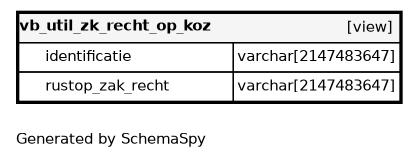
Before: datamodel/schemaspy/brk/diagrams/tables/vb_util_zk_recht_op_koz.1degree.png, a diagram exported from Graphviz (B3Partners/brmo). Its source is kept beside it as datamodel/schemaspy/brk/diagrams/tables/vb_util_zk_recht_op_koz.1degree.dot. The source it was exported from:
```dot
digraph "oneDegreeRelationshipsDiagram" {
  graph [    rankdir="RL"    bgcolor="#ffffff"    label="\nGenerated by SchemaSpy"    labeljust="l"    nodesep="0.18"    ranksep="0.46"    fontname="Helvetica"    fontsize="11"    ration="compress"  ];  node [    fontname="Helvetica"    fontsize="11"    shape="plaintext"  ];  edge [    arrowsize="0.8"  ];
  "vb_util_zk_recht_op_koz" [
   label=<
    <TABLE BORDER="2" CELLBORDER="1" CELLSPACING="0" BGCOLOR="#ffffff">
      <TR><TD COLSPAN="4"  BGCOLOR="#f5f5f5"><TABLE BORDER="0" CELLSPACING="0"><TR><TD ALIGN="LEFT" FIXEDSIZE="TRUE" WIDTH="140" HEIGHT="16"><B>vb_util_zk_recht_op_koz</B></TD><TD ALIGN="RIGHT">[view]</TD></TR></TABLE></TD></TR>
      <TR><TD PORT="identificatie" COLSPAN="2" ALIGN="LEFT"><TABLE BORDER="0" CELLSPACING="0" ALIGN="LEFT"><TR ALIGN="LEFT"><TD ALIGN="LEFT" FIXEDSIZE="TRUE" WIDTH="15" HEIGHT="16"></TD><TD ALIGN="LEFT" FIXEDSIZE="TRUE" WIDTH="140" HEIGHT="16">identificatie</TD></TR></TABLE></TD><TD PORT="identificatie.type" ALIGN="LEFT">varchar[2147483647]</TD></TR>
      <TR><TD PORT="rustop_zak_recht" COLSPAN="2" ALIGN="LEFT"><TABLE BORDER="0" CELLSPACING="0" ALIGN="LEFT"><TR ALIGN="LEFT"><TD ALIGN="LEFT" FIXEDSIZE="TRUE" WIDTH="15" HEIGHT="16"></TD><TD ALIGN="LEFT" FIXEDSIZE="TRUE" WIDTH="140" HEIGHT="16">rustop_zak_recht</TD></TR></TABLE></TD><TD PORT="rustop_zak_recht.type" ALIGN="LEFT">varchar[2147483647]</TD></TR>
    </TABLE>>
    URL="vb_util_zk_recht_op_koz.html"
    target="_top"
    tooltip="vb_util_zk_recht_op_koz"
  ];
}
```
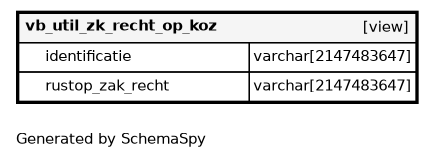
After the change.

What changed in the source:
```diff
@@ -1,11 +1,11 @@
 digraph "oneDegreeRelationshipsDiagram" {
-  graph [    rankdir="RL"    bgcolor="#ffffff"    label="\nGenerated by SchemaSpy"    labeljust="l"    nodesep="0.18"    ranksep="0.46"    fontname="Helvetica"    fontsize="11"    ration="compress"  ];  node [    fontname="Helvetica"    fontsize="11"    shape="plaintext"  ];  edge [    arrowsize="0.8"  ];
+  graph [    rankdir="RL"    bgcolor="#ffffff"    label="\nGenerated by SchemaSpy"    labeljust="l"    nodesep="0.18"    ranksep="0.46"    fontname="Helvetica"    fontsize="11"    packmode="graph"  ];  node [    fontname="Helvetica"    fontsize="11"    shape="plaintext"  ];  edge [    arrowsize="0.8"  ];
   "vb_util_zk_recht_op_koz" [
    label=<
     <TABLE BORDER="2" CELLBORDER="1" CELLSPACING="0" BGCOLOR="#ffffff">
-      <TR><TD COLSPAN="4"  BGCOLOR="#f5f5f5"><TABLE BORDER="0" CELLSPACING="0"><TR><TD ALIGN="LEFT" FIXEDSIZE="TRUE" WIDTH="140" HEIGHT="16"><B>vb_util_zk_recht_op_koz</B></TD><TD ALIGN="RIGHT">[view]</TD></TR></TABLE></TD></TR>
-      <TR><TD PORT="identificatie" COLSPAN="2" ALIGN="LEFT"><TABLE BORDER="0" CELLSPACING="0" ALIGN="LEFT"><TR ALIGN="LEFT"><TD ALIGN="LEFT" FIXEDSIZE="TRUE" WIDTH="15" HEIGHT="16"></TD><TD ALIGN="LEFT" FIXEDSIZE="TRUE" WIDTH="140" HEIGHT="16">identificatie</TD></TR></TABLE></TD><TD PORT="identificatie.type" ALIGN="LEFT">varchar[2147483647]</TD></TR>
-      <TR><TD PORT="rustop_zak_recht" COLSPAN="2" ALIGN="LEFT"><TABLE BORDER="0" CELLSPACING="0" ALIGN="LEFT"><TR ALIGN="LEFT"><TD ALIGN="LEFT" FIXEDSIZE="TRUE" WIDTH="15" HEIGHT="16"></TD><TD ALIGN="LEFT" FIXEDSIZE="TRUE" WIDTH="140" HEIGHT="16">rustop_zak_recht</TD></TR></TABLE></TD><TD PORT="rustop_zak_recht.type" ALIGN="LEFT">varchar[2147483647]</TD></TR>
+      <TR><TD COLSPAN="4"  BGCOLOR="#f5f5f5"><TABLE BORDER="0" CELLSPACING="0"><TR><TD ALIGN="LEFT" FIXEDSIZE="TRUE" WIDTH="152" HEIGHT="16"><B>vb_util_zk_recht_op_koz</B></TD><TD ALIGN="RIGHT">[view]</TD></TR></TABLE></TD></TR>
+      <TR><TD PORT="identificatie" COLSPAN="2" ALIGN="LEFT"><TABLE BORDER="0" CELLSPACING="0" ALIGN="LEFT"><TR ALIGN="LEFT"><TD ALIGN="LEFT" FIXEDSIZE="TRUE" WIDTH="15" HEIGHT="16"></TD><TD ALIGN="LEFT" FIXEDSIZE="TRUE" WIDTH="152" HEIGHT="16">identificatie</TD></TR></TABLE></TD><TD PORT="identificatie.type" ALIGN="LEFT">varchar[2147483647]</TD></TR>
+      <TR><TD PORT="rustop_zak_recht" COLSPAN="2" ALIGN="LEFT"><TABLE BORDER="0" CELLSPACING="0" ALIGN="LEFT"><TR ALIGN="LEFT"><TD ALIGN="LEFT" FIXEDSIZE="TRUE" WIDTH="15" HEIGHT="16"></TD><TD ALIGN="LEFT" FIXEDSIZE="TRUE" WIDTH="152" HEIGHT="16">rustop_zak_recht</TD></TR></TABLE></TD><TD PORT="rustop_zak_recht.type" ALIGN="LEFT">varchar[2147483647]</TD></TR>
     </TABLE>>
     URL="vb_util_zk_recht_op_koz.html"
     target="_top"
```
